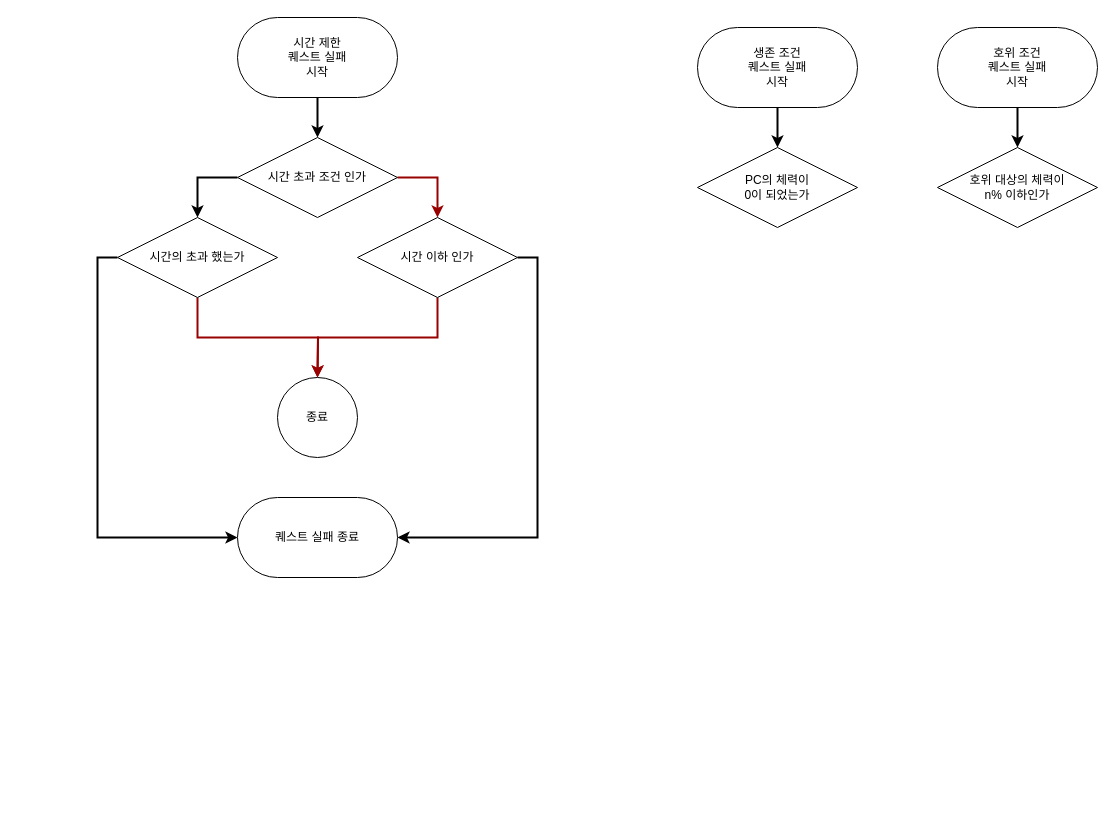
Above: 기획/방랑엽사전/차트/퀘스트/퀘스트 실패.drawio in yjk0401/unityenginebasic_9th (draw.io), before the change. Source tidied: cells renumbered, new cells numbered last; positions are measured from the earlier drawing's top-left corner, leaving out a move shared by most shapes. Both pictures are drawn from the tidied source at 100%, with x=0, y=0 at pixel (117, 17).
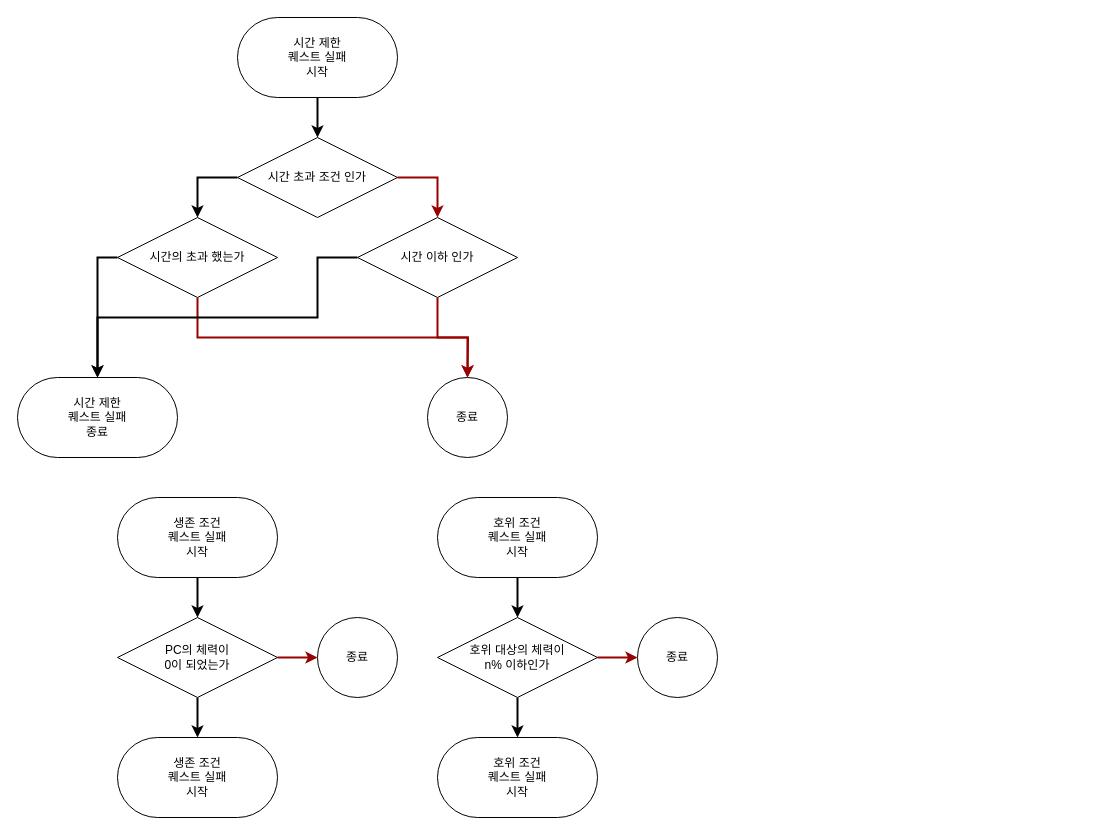
The same page after the edit.

Unchanged cells that the change refers to:
```xml
<mxCell id="15" value="시간의 초과 했는가" style="rhombus;whiteSpace=wrap;html=1;" parent="1" vertex="1">
  <mxGeometry y="200" width="160" height="80" as="geometry" />
</mxCell>
<mxCell id="18" value="시간 이하 인가" style="rhombus;whiteSpace=wrap;html=1;" parent="1" vertex="1">
  <mxGeometry x="240" y="200" width="160" height="80" as="geometry" />
</mxCell>
```

What changed in the source:
```diff
@@
+    <mxCell id="21" style="edgeStyle=orthogonalEdgeStyle;rounded=0;jettySize=auto;html=1;exitX=0.5;exitY=1;exitDx=0;exitDy=0;strokeWidth=2;" parent="1" edge="1" source="7" target="27">
+      <mxGeometry relative="1" as="geometry" />
+    </mxCell>
+    <mxCell id="22" style="edgeStyle=orthogonalEdgeStyle;rounded=0;jettySize=auto;html=1;exitX=1;exitY=0.5;exitDx=0;exitDy=0;entryX=0;entryY=0.5;entryDx=0;entryDy=0;strokeWidth=2;strokeColor=#990000;" parent="1" edge="1" source="7" target="29">
+      <mxGeometry relative="1" as="geometry" />
+    </mxCell>
     <mxCell id="7" value="PC의 체력이 &lt;br&gt;0이 되었는가" style="rhombus;whiteSpace=wrap;html=1;" parent="1" vertex="1">
-      <mxGeometry x="580" y="130" width="160" height="80" as="geometry" />
+      <mxGeometry y="600" width="160" height="80" as="geometry" />
     </mxCell>
+    <mxCell id="23" style="edgeStyle=orthogonalEdgeStyle;rounded=0;jettySize=auto;html=1;exitX=0.5;exitY=1;exitDx=0;exitDy=0;entryX=0.5;entryY=0;entryDx=0;entryDy=0;strokeWidth=2;" parent="1" edge="1" source="8" target="28">
+      <mxGeometry relative="1" as="geometry" />
+    </mxCell>
+    <mxCell id="24" style="edgeStyle=orthogonalEdgeStyle;rounded=0;jettySize=auto;html=1;exitX=1;exitY=0.5;exitDx=0;exitDy=0;entryX=0;entryY=0.5;entryDx=0;entryDy=0;strokeWidth=2;strokeColor=#990000;" parent="1" edge="1" source="8" target="30">
+      <mxGeometry relative="1" as="geometry" />
+    </mxCell>
     <mxCell id="8" value="호위 대상의 체력이&lt;br&gt;n% 이하인가" style="rhombus;whiteSpace=wrap;html=1;" parent="1" vertex="1">
-      <mxGeometry x="820" y="130" width="160" height="80" as="geometry" />
+      <mxGeometry x="320" y="600" width="160" height="80" as="geometry" />
     </mxCell>
@@
     <mxCell id="10" value="생존 조건&lt;br&gt;퀘스트 실패&lt;br&gt;시작" style="rounded=1;whiteSpace=wrap;html=1;arcSize=50;" parent="1" vertex="1">
-      <mxGeometry x="580" y="10" width="160" height="80" as="geometry" />
+      <mxGeometry y="480" width="160" height="80" as="geometry" />
     </mxCell>
@@
     <mxCell id="12" value="호위 조건&lt;br&gt;퀘스트 실패&lt;br&gt;시작" style="rounded=1;whiteSpace=wrap;html=1;arcSize=50;" parent="1" vertex="1">
-      <mxGeometry x="820" y="10" width="160" height="80" as="geometry" />
+      <mxGeometry x="320" y="480" width="160" height="80" as="geometry" />
     </mxCell>
-    <mxCell id="13" style="edgeStyle=orthogonalEdgeStyle;rounded=0;jettySize=auto;html=1;exitX=0.5;exitY=1;exitDx=0;exitDy=0;strokeWidth=2;strokeColor=#990000;" parent="1" edge="1" source="15">
-      <mxGeometry relative="1" as="geometry">
-        <mxPoint x="200" y="360" as="targetPoint" />
-      </mxGeometry>
-    </mxCell>
-    <mxCell id="14" style="edgeStyle=orthogonalEdgeStyle;rounded=0;jettySize=auto;html=1;exitX=0;exitY=0.5;exitDx=0;exitDy=0;entryX=0;entryY=0.5;entryDx=0;entryDy=0;strokeWidth=2;" parent="1" edge="1" source="15" target="20">
+    <mxCell id="14" style="edgeStyle=orthogonalEdgeStyle;rounded=0;jettySize=auto;html=1;exitX=0;exitY=0.5;exitDx=0;exitDy=0;entryX=0.5;entryY=0;entryDx=0;entryDy=0;strokeWidth=2;" parent="1" edge="1" source="15" target="20">
       <mxGeometry relative="1" as="geometry" />
     </mxCell>
+    <mxCell id="25" style="edgeStyle=orthogonalEdgeStyle;rounded=0;jettySize=auto;html=1;exitX=0.5;exitY=1;exitDx=0;exitDy=0;strokeWidth=2;strokeColor=#990000;" parent="1" edge="1" source="15" target="19">
+      <mxGeometry relative="1" as="geometry" />
+    </mxCell>
@@
-    <mxCell id="16" style="edgeStyle=orthogonalEdgeStyle;rounded=0;jettySize=auto;html=1;exitX=0.5;exitY=1;exitDx=0;exitDy=0;entryX=0.5;entryY=0;entryDx=0;entryDy=0;strokeWidth=2;strokeColor=#990000;" parent="1" edge="1" source="18">
-      <mxGeometry relative="1" as="geometry">
-        <mxPoint x="200" y="360" as="targetPoint" />
-      </mxGeometry>
-    </mxCell>
-    <mxCell id="17" style="edgeStyle=orthogonalEdgeStyle;rounded=0;jettySize=auto;html=1;exitX=1;exitY=0.5;exitDx=0;exitDy=0;entryX=1;entryY=0.5;entryDx=0;entryDy=0;strokeWidth=2;" parent="1" edge="1" source="18" target="20">
-      <mxGeometry relative="1" as="geometry" />
+    <mxCell id="17" style="edgeStyle=orthogonalEdgeStyle;rounded=0;jettySize=auto;html=1;exitX=0;exitY=0.5;exitDx=0;exitDy=0;entryX=0.5;entryY=0;entryDx=0;entryDy=0;strokeWidth=2;" parent="1" edge="1" source="18" target="20">
+      <mxGeometry relative="1" as="geometry">
+        <Array as="points">
+          <mxPoint x="200" y="240" />
+          <mxPoint x="200" y="300" />
+          <mxPoint x="-20" y="300" />
+        </Array>
+      </mxGeometry>
     </mxCell>
+    <mxCell id="26" style="edgeStyle=orthogonalEdgeStyle;rounded=0;jettySize=auto;html=1;exitX=0.5;exitY=1;exitDx=0;exitDy=0;strokeWidth=2;strokeColor=#990000;" parent="1" edge="1" source="18">
+      <mxGeometry relative="1" as="geometry">
+        <mxPoint x="350" y="360" as="targetPoint" />
+      </mxGeometry>
+    </mxCell>
@@
     <mxCell id="19" value="종료" style="ellipse;whiteSpace=wrap;html=1;" parent="1" vertex="1">
-      <mxGeometry x="160" y="360" width="80" height="80" as="geometry" />
+      <mxGeometry x="310" y="360" width="80" height="80" as="geometry" />
     </mxCell>
-    <mxCell id="20" value="퀘스트 실패 종료" style="rounded=1;whiteSpace=wrap;html=1;arcSize=50;" parent="1" vertex="1">
-      <mxGeometry x="120" y="480" width="160" height="80" as="geometry" />
+    <mxCell id="20" value="시간 제한&lt;br style=&quot;border-color: var(--border-color);&quot;&gt;퀘스트 실패&lt;br style=&quot;border-color: var(--border-color);&quot;&gt;종료" style="rounded=1;whiteSpace=wrap;html=1;arcSize=50;" parent="1" vertex="1">
+      <mxGeometry x="-100" y="360" width="160" height="80" as="geometry" />
     </mxCell>
+    <mxCell id="27" value="생존 조건&lt;br&gt;퀘스트 실패&lt;br&gt;시작" style="rounded=1;whiteSpace=wrap;html=1;arcSize=50;" parent="1" vertex="1">
+      <mxGeometry y="720" width="160" height="80" as="geometry" />
+    </mxCell>
+    <mxCell id="28" value="호위 조건&lt;br&gt;퀘스트 실패&lt;br&gt;시작" style="rounded=1;whiteSpace=wrap;html=1;arcSize=50;" parent="1" vertex="1">
+      <mxGeometry x="320" y="720" width="160" height="80" as="geometry" />
+    </mxCell>
+    <mxCell id="29" value="종료" style="ellipse;whiteSpace=wrap;html=1;" parent="1" vertex="1">
+      <mxGeometry x="200" y="600" width="80" height="80" as="geometry" />
+    </mxCell>
+    <mxCell id="30" value="종료" style="ellipse;whiteSpace=wrap;html=1;" parent="1" vertex="1">
+      <mxGeometry x="520" y="600" width="80" height="80" as="geometry" />
+    </mxCell>
```
